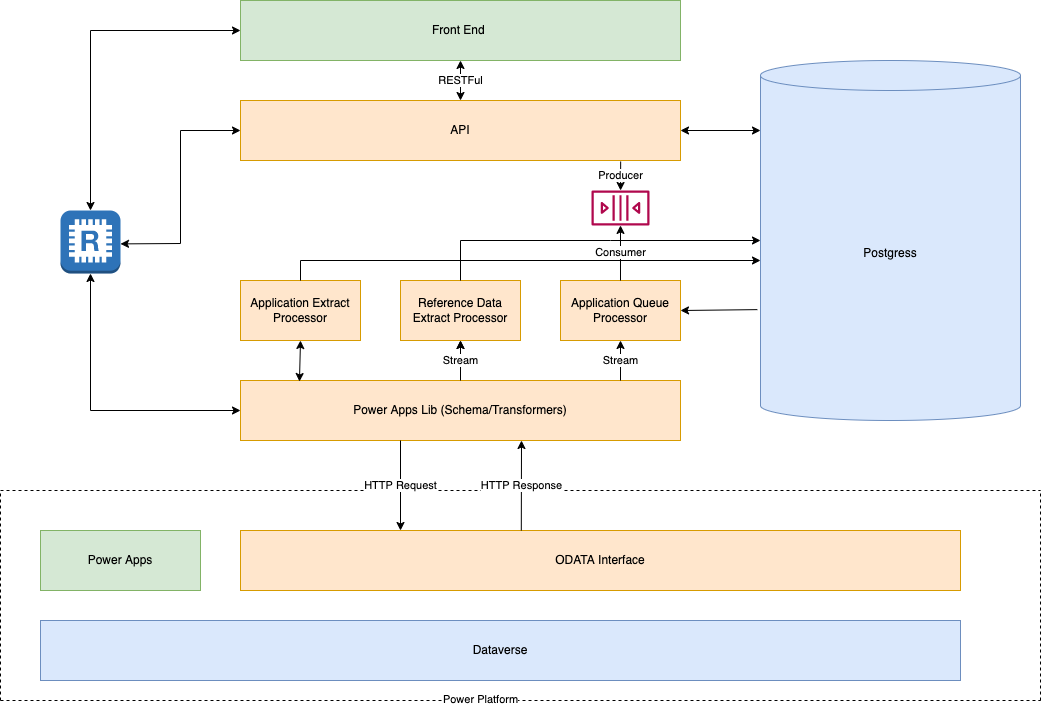
Above: wls-system-stack.png in DEFRA/wildlife-licencing (draw.io), before the change. Source tidied: cells renumbered, new cells last; positions are measured from the earlier drawing's top-left corner, leaving out a move shared by most shapes.
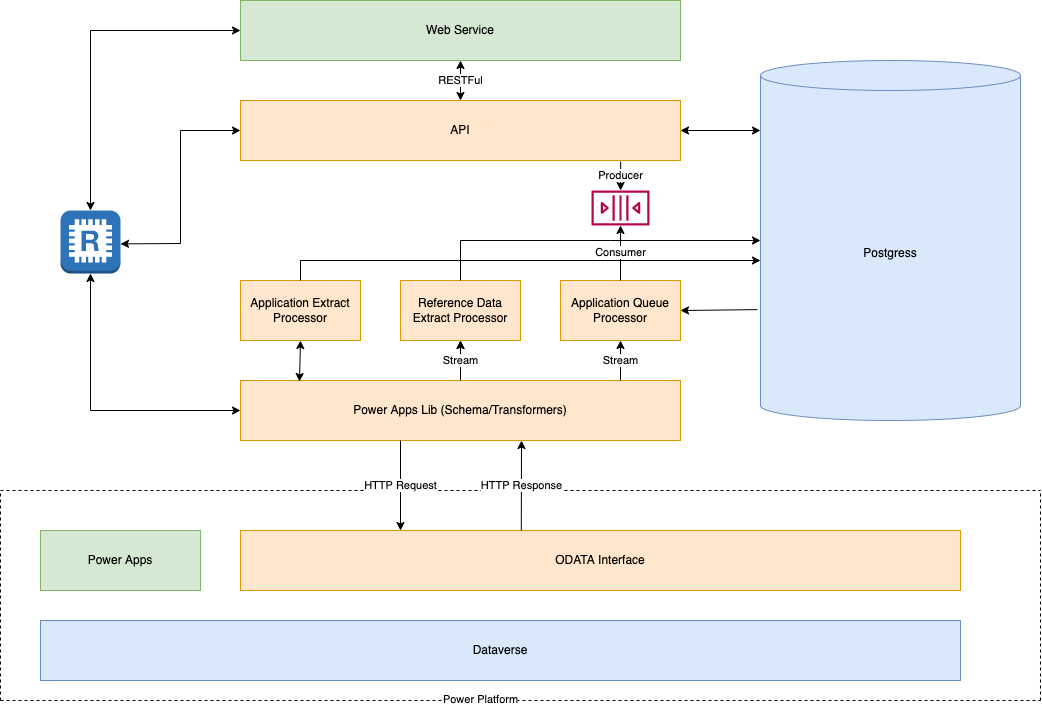
The same diagram one commit later.

Commit message:
Changes to README in response to review

Change to the diagram source:
```diff
@@ -62,7 +62,7 @@
     <mxCell id="17" style="outlineConnect=0;dashed=0;verticalLabelPosition=bottom;verticalAlign=top;align=center;html=1;shape=mxgraph.aws3.redis;fillColor=#2E73B8;gradientColor=none;" parent="1" vertex="1">
       <mxGeometry x="60" y="210" width="60" height="63" as="geometry" />
     </mxCell>
-    <mxCell id="18" value="Front End&amp;nbsp;" style="rounded=0;whiteSpace=wrap;html=1;fillColor=#d5e8d4;strokeColor=#82b366;" parent="1" vertex="1">
+    <mxCell id="18" value="Web Service" style="rounded=0;whiteSpace=wrap;html=1;fillColor=#d5e8d4;strokeColor=#82b366;" parent="1" vertex="1">
       <mxGeometry x="240" width="440" height="60" as="geometry" />
     </mxCell>
     <mxCell id="19" style="endArrow=classic;startArrow=classic;html=1;rounded=0;entryX=0;entryY=0.5;entryDx=0;entryDy=0;" parent="1" edge="1" target="18">
```
